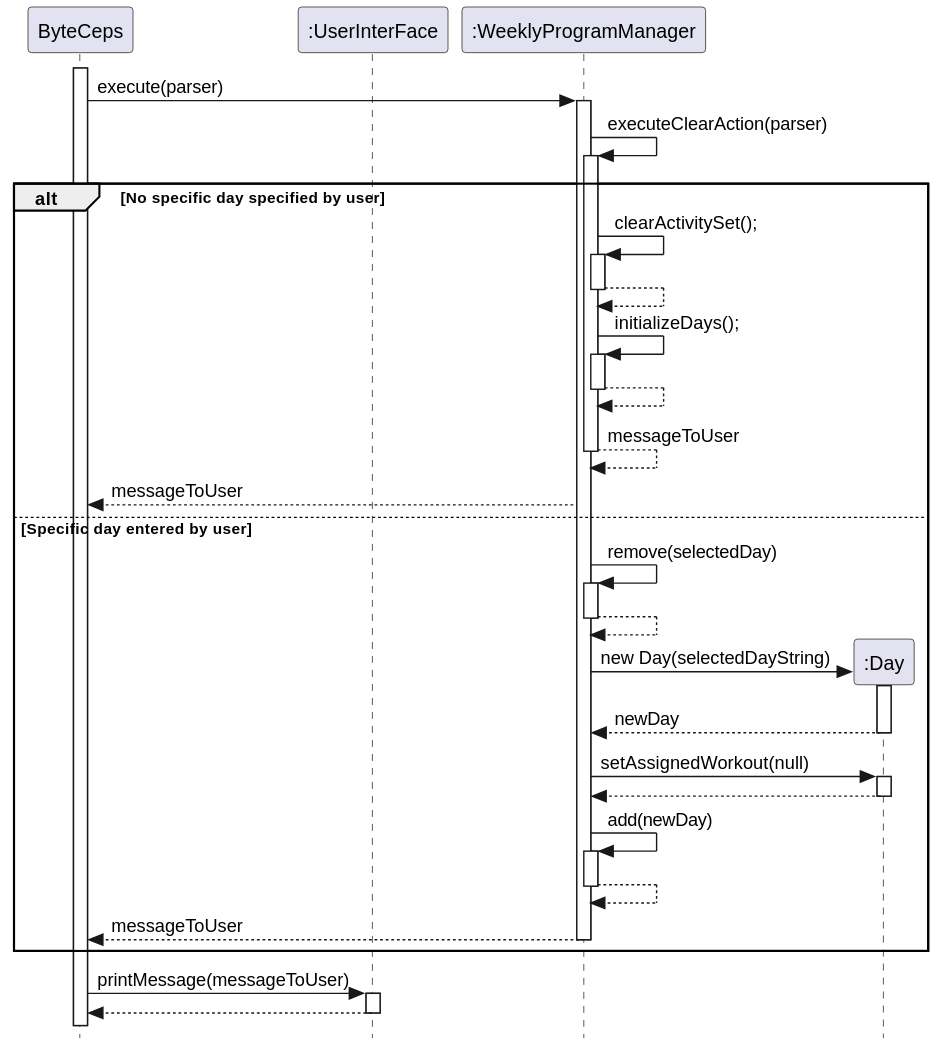
The PlantUML diagram docs/diagrams/clearProgram.svg in joshualeejunyi/tp, before a commit.
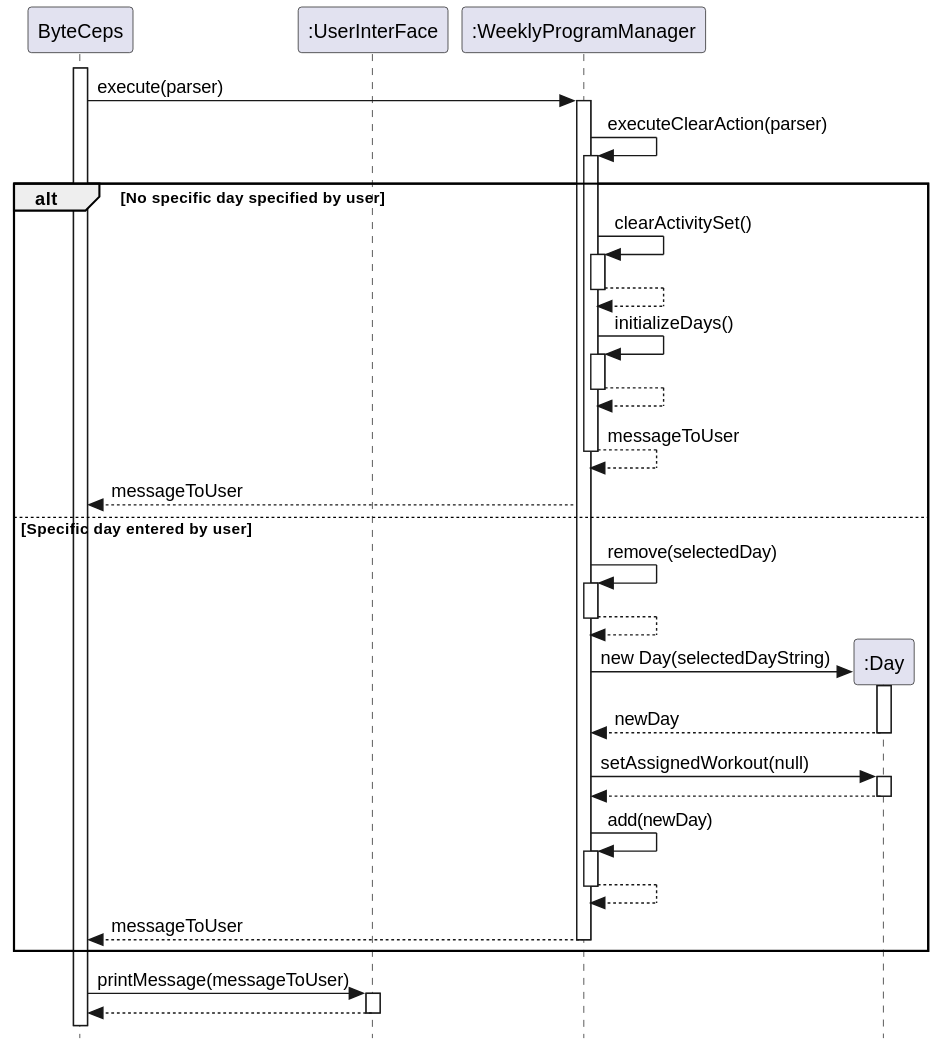
The same file after the commit.

What changed in the source:
```diff
@@ -12,11 +12,11 @@
     ":WeeklyProgramManager" -> ":WeeklyProgramManager" : executeClearAction(parser)
     activate ":WeeklyProgramManager"
     alt No specific day specified by user
-        ":WeeklyProgramManager" -> ":WeeklyProgramManager" : clearActivitySet();
+        ":WeeklyProgramManager" -> ":WeeklyProgramManager" : clearActivitySet()
         activate ":WeeklyProgramManager"
         ":WeeklyProgramManager" --> ":WeeklyProgramManager":
         deactivate ":WeeklyProgramManager"
-        ":WeeklyProgramManager" -> ":WeeklyProgramManager" : initializeDays();
+        ":WeeklyProgramManager" -> ":WeeklyProgramManager" : initializeDays()
         activate ":WeeklyProgramManager"
         ":WeeklyProgramManager" --> ":WeeklyProgramManager":
         deactivate ":WeeklyProgramManager"
```
